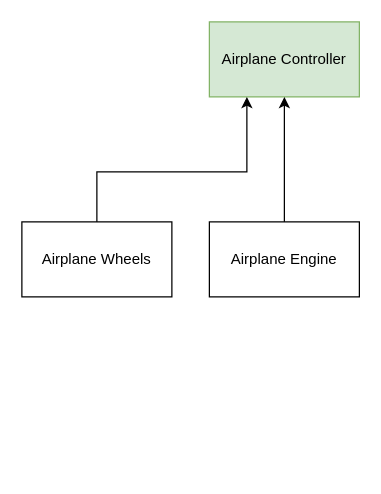
This is Airplane_Engine_Component_Design.drawio from WagnerDavi/Airplane_Physics_Game, a draw.io file, before an edit. Source tidied: cells renumbered, new cells numbered last; positions are measured from the earlier drawing's top-left corner, leaving out a move shared by most shapes. Both pictures are drawn from the tidied source at 125%, with x=0, y=0 at pixel (21, 21).
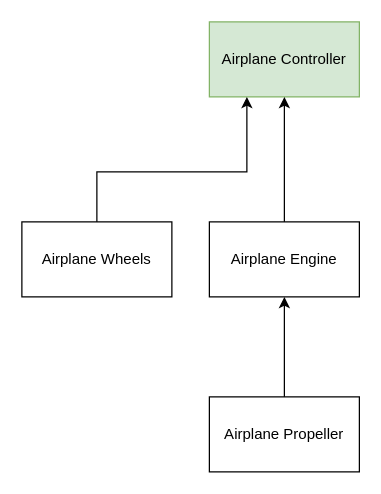
The same page after the edit.

What changed in the source:
```diff
@@
 <mxGraphModel>
   <root>
     <mxCell id="0" />
     <mxCell id="1" parent="0" />
     <mxCell id="2" value="Airplane Controller" style="rounded=0;whiteSpace=wrap;html=1;fillColor=#d5e8d4;strokeColor=#82b366;" parent="1" vertex="1">
       <mxGeometry x="150" width="120" height="60" as="geometry" />
     </mxCell>
     <mxCell id="3" style="edgeStyle=orthogonalEdgeStyle;rounded=0;jettySize=auto;html=1;" parent="1" edge="1" source="4" target="2">
       <mxGeometry relative="1" as="geometry" />
     </mxCell>
     <mxCell id="4" value="Airplane Engine" style="rounded=0;whiteSpace=wrap;html=1;" parent="1" vertex="1">
       <mxGeometry x="150" y="160" width="120" height="60" as="geometry" />
     </mxCell>
     <mxCell id="5" style="edgeStyle=orthogonalEdgeStyle;rounded=0;jettySize=auto;html=1;entryX=0.25;entryY=1;entryDx=0;entryDy=0;" parent="1" edge="1" source="6" target="2">
       <mxGeometry relative="1" as="geometry">
         <Array as="points">
           <mxPoint x="60" y="120" />
           <mxPoint x="180" y="120" />
         </Array>
       </mxGeometry>
     </mxCell>
     <mxCell id="6" value="Airplane Wheels" style="rounded=0;whiteSpace=wrap;html=1;" parent="1" vertex="1">
       <mxGeometry y="160" width="120" height="60" as="geometry" />
     </mxCell>
+    <mxCell id="7" style="edgeStyle=orthogonalEdgeStyle;rounded=0;jettySize=auto;html=1;entryX=0.5;entryY=1;entryDx=0;entryDy=0;" parent="1" edge="1" source="8" target="4">
+      <mxGeometry relative="1" as="geometry" />
+    </mxCell>
+    <mxCell id="8" value="Airplane Propeller" style="rounded=0;whiteSpace=wrap;html=1;" parent="1" vertex="1">
+      <mxGeometry x="150" y="300" width="120" height="60" as="geometry" />
+    </mxCell>
   </root>
 </mxGraphModel>
```
